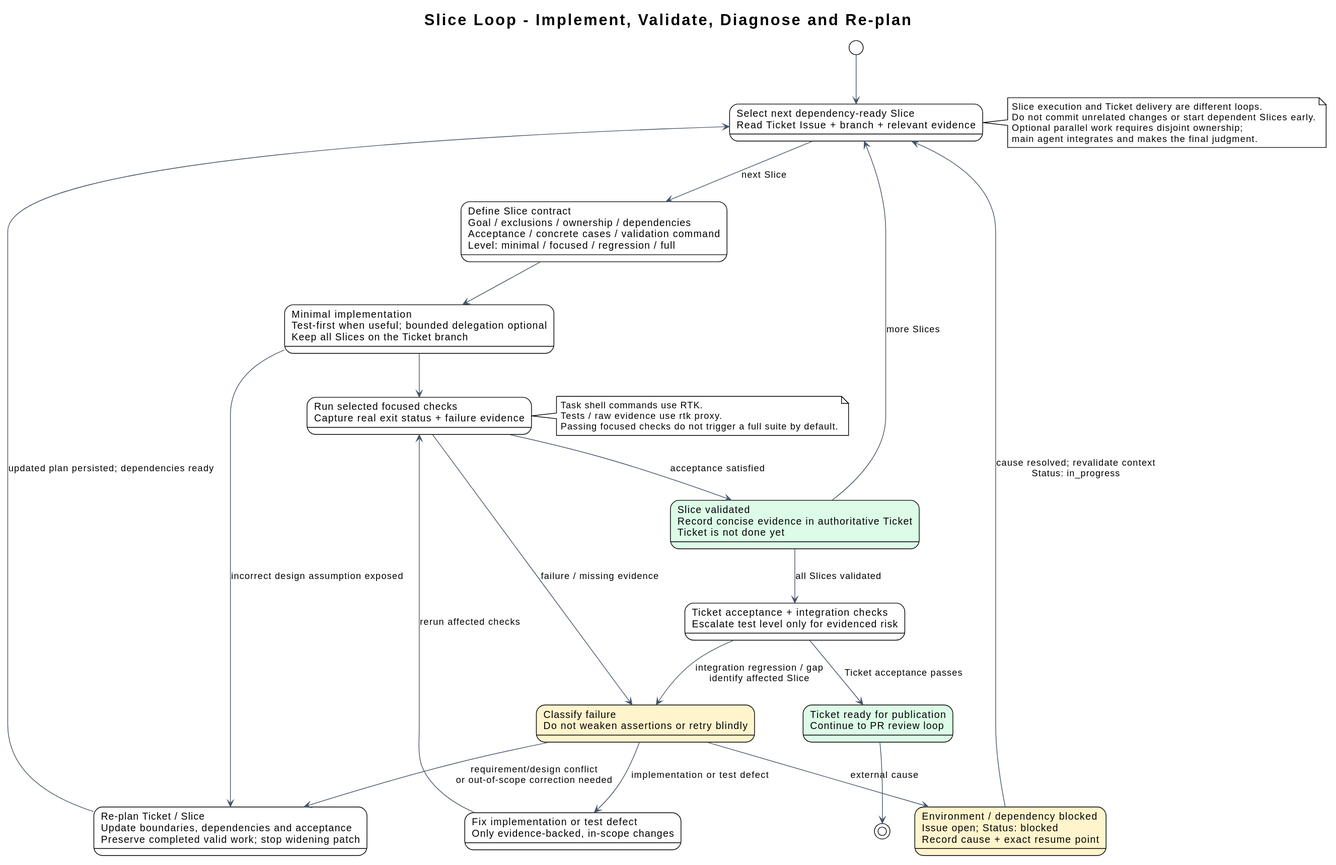
The PlantUML diagram docs/diagrams/ticket-slice-loop.svg in i-zrhe2016/codex-development-workflow, before a commit. Source of this version:
```plantuml
@startuml
!theme plain
skinparam defaultFontName Arial
skinparam shadowing false
skinparam ArrowColor #475569
title Slice Loop - Implement, Validate, Diagnose and Re-plan

state "Select next dependency-ready Slice\nRead Ticket Issue + branch + relevant evidence" as select
state "Define Slice contract\nGoal / exclusions / ownership / dependencies\nAcceptance / concrete cases / validation command\nLevel: minimal / focused / regression / full" as contract
state "Minimal implementation\nTest-first when useful; bounded delegation optional\nKeep all Slices on the Ticket branch" as implement
state "Run selected focused checks\nCapture real exit status + failure evidence" as test
state "Classify failure\nDo not weaken assertions or retry blindly" as diagnose #FFF4CC
state "Fix implementation or test defect\nOnly evidence-backed, in-scope changes" as fix
state "Environment / dependency blocked\nIssue open; Status: blocked\nRecord cause + exact resume point" as blocked #FFF4CC
state "Re-plan Ticket / Slice\nUpdate boundaries, dependencies and acceptance\nPreserve completed valid work; stop widening patch" as replan
state "Slice validated\nRecord concise evidence in authoritative Ticket\nTicket is not done yet" as slice_done #DCFCE7
state "Ticket acceptance + integration checks\nEscalate test level only for evidenced risk" as integrate
state "Ticket ready for publication\nContinue to PR review loop" as ready #DCFCE7

[*] --> select
select --> contract : next Slice
contract --> implement
implement --> test
test --> slice_done : acceptance satisfied
test --> diagnose : failure / missing evidence
diagnose --> fix : implementation or test defect
fix --> test : rerun affected checks
diagnose --> blocked : external cause
blocked --> select : cause resolved; revalidate context\nStatus: in_progress
diagnose --> replan : requirement/design conflict\nor out-of-scope correction needed
implement --> replan : incorrect design assumption exposed
replan --> select : updated plan persisted; dependencies ready
slice_done --> select : more Slices
slice_done --> integrate : all Slices validated
integrate --> ready : Ticket acceptance passes
integrate --> diagnose : integration regression / gap\nidentify affected Slice
ready --> [*]

note right of select
Slice execution and Ticket delivery are different loops.
Do not commit unrelated changes or start dependent Slices early.
Optional parallel work requires disjoint ownership;
main agent integrates and makes the final judgment.
end note
note right of test
Task shell commands use RTK.
Tests / raw evidence use rtk proxy.
Passing focused checks do not trigger a full suite by default.
end note
@enduml
```
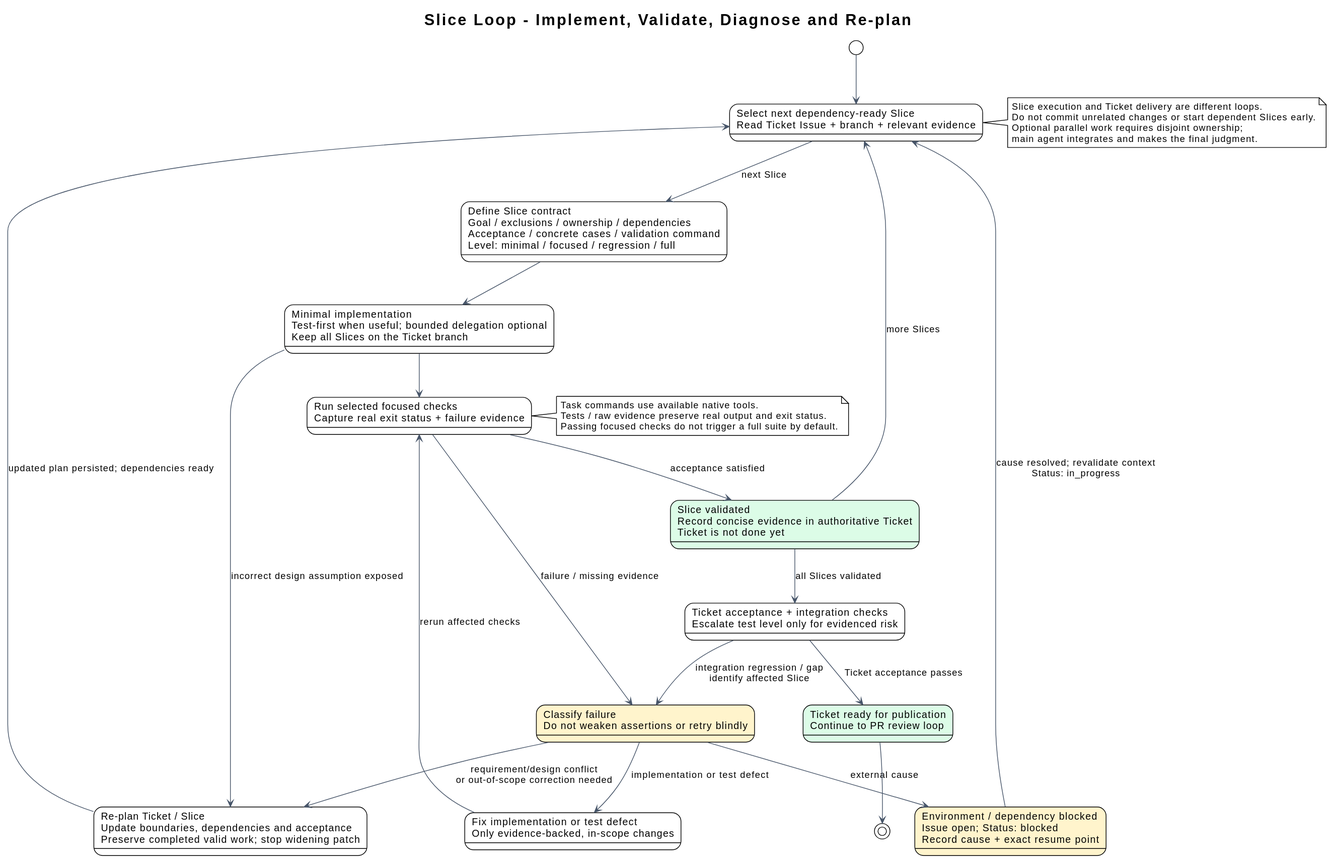
After the change.

Diff of the diagram source:
```diff
@@ -43,8 +43,8 @@
 main agent integrates and makes the final judgment.
 end note
 note right of test
-Task shell commands use RTK.
-Tests / raw evidence use rtk proxy.
+Task commands use available native tools.
+Tests / raw evidence preserve real output and exit status.
 Passing focused checks do not trigger a full suite by default.
 end note
 @enduml
```
